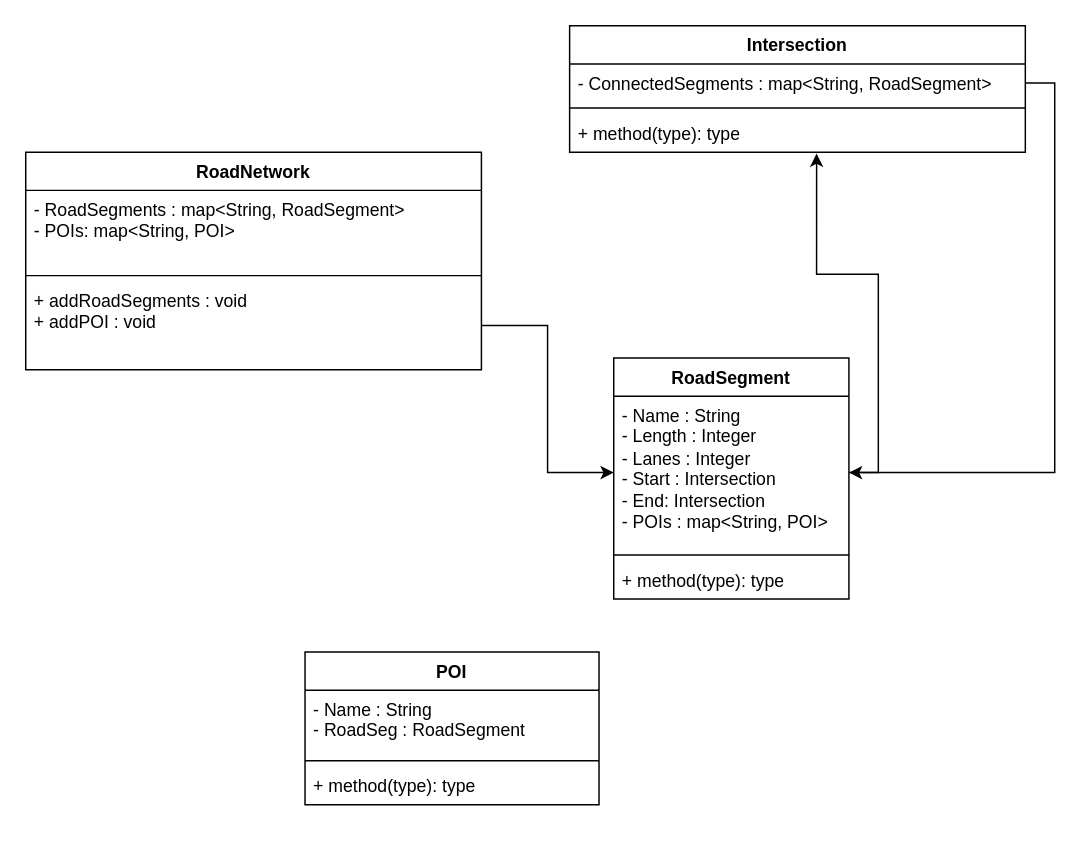
HiccupHan/RoadNetwork keeps this draw.io diagram as ClassDiagram.drawio. Above is the earlier version. Source tidied: cells renumbered, new cells numbered last; positions are measured from the earlier drawing's top-left corner, leaving out a move shared by most shapes. Both pictures are drawn from the tidied source at 147%, with x=0, y=0 at pixel (25, 25).
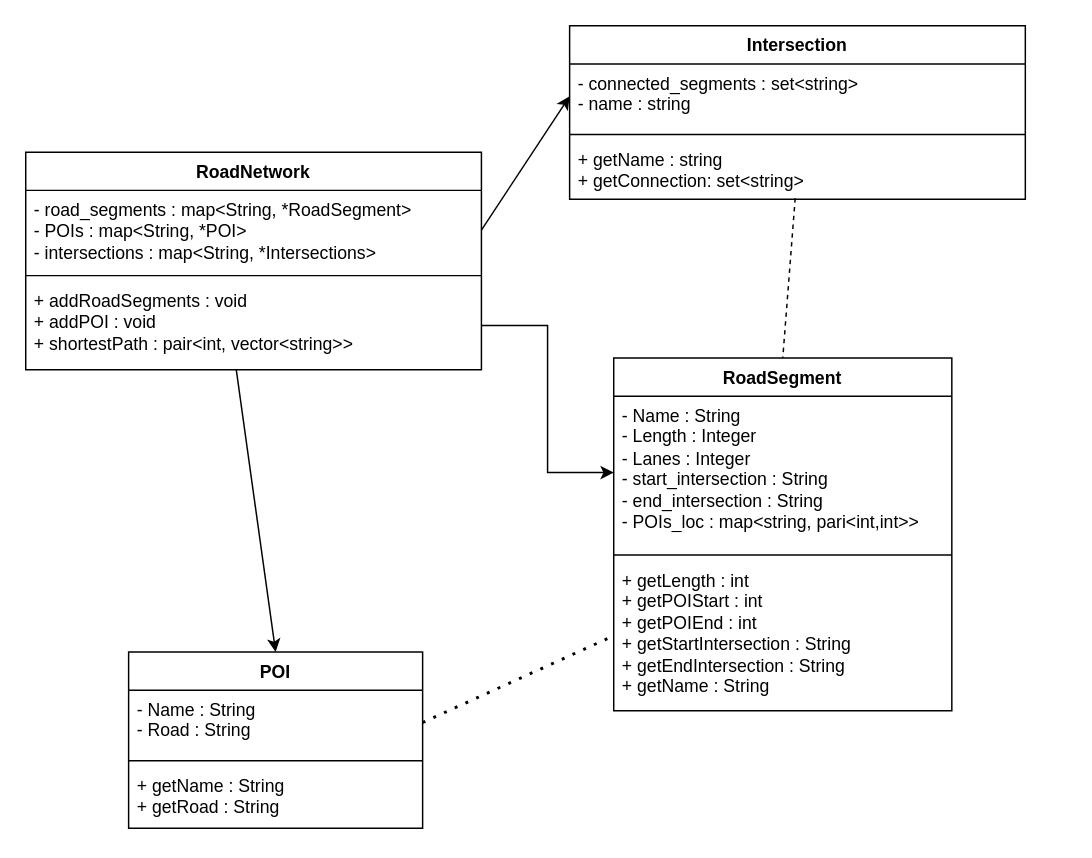
The same diagram, later.

Commit message (it also covers changes not shown here):
class diagram

The change refers to these unchanged cells:
```xml
<mxCell id="10" value="RoadNetwork" style="swimlane;fontStyle=1;align=center;verticalAlign=top;horizontal=1;startSize=26;whiteSpace=wrap;html=1;" parent="1" vertex="1">
  <mxGeometry y="86" width="310" height="148" as="geometry" />
</mxCell>
```

What changed in the source:
```diff
@@
     <mxCell id="2" value="RoadSegment" style="swimlane;fontStyle=1;align=center;verticalAlign=top;horizontal=1;startSize=26;whiteSpace=wrap;html=1;" parent="1" vertex="1">
-      <mxGeometry x="400" y="226" width="160" height="164" as="geometry" />
+      <mxGeometry x="400" y="226" width="230" height="240" as="geometry" />
     </mxCell>
-    <mxCell id="3" value="- Name : String&lt;div&gt;- Length : Integer&lt;/div&gt;&lt;div&gt;- Lanes : Integer&lt;/div&gt;&lt;div&gt;- Start : Intersection&lt;/div&gt;&lt;div&gt;- End: Intersection&lt;/div&gt;&lt;div&gt;- POIs : map&amp;lt;String, POI&amp;gt;&lt;/div&gt;" style="text;strokeColor=none;fillColor=none;align=left;verticalAlign=top;spacingLeft=4;spacingRight=4;overflow=hidden;points=[[0,0.5],[1,0.5]];portConstraint=eastwest;whiteSpace=wrap;html=1;" parent="2" vertex="1">
-      <mxGeometry y="26" width="160" height="104" as="geometry" />
+    <mxCell id="3" value="- Name : String&lt;div&gt;- Length : Integer&lt;/div&gt;&lt;div&gt;- Lanes : Integer&lt;/div&gt;&lt;div&gt;- start_intersection : String&lt;/div&gt;&lt;div&gt;- end_intersection : String&lt;/div&gt;&lt;div&gt;- POIs_loc : map&amp;lt;string, pari&amp;lt;int,int&amp;gt;&amp;gt;&lt;/div&gt;" style="text;strokeColor=none;fillColor=none;align=left;verticalAlign=top;spacingLeft=4;spacingRight=4;overflow=hidden;points=[[0,0.5],[1,0.5]];portConstraint=eastwest;whiteSpace=wrap;html=1;" parent="2" vertex="1">
+      <mxGeometry y="26" width="230" height="104" as="geometry" />
     </mxCell>
     <mxCell id="4" style="line;strokeWidth=1;fillColor=none;align=left;verticalAlign=middle;spacingTop=-1;spacingLeft=3;spacingRight=3;labelPosition=right;strokeColor=inherit;" parent="2" vertex="1">
-      <mxGeometry y="130" width="160" height="8" as="geometry" />
+      <mxGeometry y="130" width="230" height="8" as="geometry" />
     </mxCell>
-    <mxCell id="5" value="+ method(type): type" style="text;strokeColor=none;fillColor=none;align=left;verticalAlign=top;spacingLeft=4;spacingRight=4;overflow=hidden;points=[[0,0.5],[1,0.5]];portConstraint=eastwest;whiteSpace=wrap;html=1;" parent="2" vertex="1">
-      <mxGeometry y="138" width="160" height="26" as="geometry" />
+    <mxCell id="5" value="+ getLength : int&lt;div&gt;+ getPOIStart : int&lt;/div&gt;&lt;div&gt;+ getPOIEnd : int&lt;/div&gt;&lt;div&gt;+ getStartIntersection : String&lt;/div&gt;&lt;div&gt;+ getEndIntersection : String&lt;/div&gt;&lt;div&gt;+ getName : String&lt;/div&gt;" style="text;strokeColor=none;fillColor=none;align=left;verticalAlign=top;spacingLeft=4;spacingRight=4;overflow=hidden;points=[[0,0.5],[1,0.5]];portConstraint=eastwest;whiteSpace=wrap;html=1;" parent="2" vertex="1">
+      <mxGeometry y="138" width="230" height="102" as="geometry" />
     </mxCell>
     <mxCell id="6" value="Intersection" style="swimlane;fontStyle=1;align=center;verticalAlign=top;horizontal=1;startSize=26;whiteSpace=wrap;html=1;" parent="1" vertex="1">
-      <mxGeometry x="370" width="310" height="86" as="geometry" />
+      <mxGeometry x="370" width="310" height="118" as="geometry" />
     </mxCell>
-    <mxCell id="7" value="- ConnectedSegments : map&amp;lt;String, RoadSegment&amp;gt;" style="text;strokeColor=none;fillColor=none;align=left;verticalAlign=top;spacingLeft=4;spacingRight=4;overflow=hidden;points=[[0,0.5],[1,0.5]];portConstraint=eastwest;whiteSpace=wrap;html=1;" parent="6" vertex="1">
-      <mxGeometry y="26" width="310" height="26" as="geometry" />
+    <mxCell id="7" value="- connected_segments : set&amp;lt;string&amp;gt;&lt;div&gt;- name : string&lt;/div&gt;" style="text;strokeColor=none;fillColor=none;align=left;verticalAlign=top;spacingLeft=4;spacingRight=4;overflow=hidden;points=[[0,0.5],[1,0.5]];portConstraint=eastwest;whiteSpace=wrap;html=1;" parent="6" vertex="1">
+      <mxGeometry y="26" width="310" height="44" as="geometry" />
     </mxCell>
     <mxCell id="8" style="line;strokeWidth=1;fillColor=none;align=left;verticalAlign=middle;spacingTop=-1;spacingLeft=3;spacingRight=3;labelPosition=right;strokeColor=inherit;" parent="6" vertex="1">
-      <mxGeometry y="52" width="310" height="8" as="geometry" />
+      <mxGeometry y="70" width="310" height="8" as="geometry" />
     </mxCell>
-    <mxCell id="9" value="+ method(type): type" style="text;strokeColor=none;fillColor=none;align=left;verticalAlign=top;spacingLeft=4;spacingRight=4;overflow=hidden;points=[[0,0.5],[1,0.5]];portConstraint=eastwest;whiteSpace=wrap;html=1;" parent="6" vertex="1">
-      <mxGeometry y="60" width="310" height="26" as="geometry" />
+    <mxCell id="9" value="+ getName : string&lt;div&gt;+ getConnection: set&amp;lt;string&amp;gt;&lt;/div&gt;" style="text;strokeColor=none;fillColor=none;align=left;verticalAlign=top;spacingLeft=4;spacingRight=4;overflow=hidden;points=[[0,0.5],[1,0.5]];portConstraint=eastwest;whiteSpace=wrap;html=1;" parent="6" vertex="1">
+      <mxGeometry y="78" width="310" height="40" as="geometry" />
     </mxCell>
@@
-    <mxCell id="11" value="- RoadSegments : map&amp;lt;String, RoadSegment&amp;gt;&lt;div&gt;- POIs: map&amp;lt;String, POI&amp;gt;&lt;/div&gt;" style="text;strokeColor=none;fillColor=none;align=left;verticalAlign=top;spacingLeft=4;spacingRight=4;overflow=hidden;points=[[0,0.5],[1,0.5]];portConstraint=eastwest;whiteSpace=wrap;html=1;" parent="10" vertex="1">
+    <mxCell id="11" value="- road_segments : map&amp;lt;String, *RoadSegment&amp;gt;&lt;div&gt;- POIs : map&amp;lt;String, *POI&amp;gt;&lt;/div&gt;&lt;div&gt;- intersections : map&amp;lt;String, *Intersections&amp;gt;&lt;/div&gt;" style="text;strokeColor=none;fillColor=none;align=left;verticalAlign=top;spacingLeft=4;spacingRight=4;overflow=hidden;points=[[0,0.5],[1,0.5]];portConstraint=eastwest;whiteSpace=wrap;html=1;" parent="10" vertex="1">
       <mxGeometry y="26" width="310" height="54" as="geometry" />
     </mxCell>
@@
-    <mxCell id="13" value="+ addRoadSegments : void&lt;div&gt;+ addPOI : void&lt;/div&gt;" style="text;strokeColor=none;fillColor=none;align=left;verticalAlign=top;spacingLeft=4;spacingRight=4;overflow=hidden;points=[[0,0.5],[1,0.5]];portConstraint=eastwest;whiteSpace=wrap;html=1;" parent="10" vertex="1">
+    <mxCell id="13" value="+ addRoadSegments : void&lt;div&gt;+ addPOI : void&lt;/div&gt;&lt;div&gt;+ shortestPath : pair&amp;lt;int, vector&amp;lt;string&amp;gt;&amp;gt;&lt;/div&gt;" style="text;strokeColor=none;fillColor=none;align=left;verticalAlign=top;spacingLeft=4;spacingRight=4;overflow=hidden;points=[[0,0.5],[1,0.5]];portConstraint=eastwest;whiteSpace=wrap;html=1;" parent="10" vertex="1">
       <mxGeometry y="88" width="310" height="60" as="geometry" />
     </mxCell>
@@
-    <mxCell id="15" style="edgeStyle=orthogonalEdgeStyle;rounded=0;jettySize=auto;html=1;exitX=1;exitY=0.5;exitDx=0;exitDy=0;entryX=1;entryY=0.5;entryDx=0;entryDy=0;" parent="1" edge="1" source="7" target="3">
-      <mxGeometry relative="1" as="geometry" />
-    </mxCell>
     <mxCell id="16" value="POI" style="swimlane;fontStyle=1;align=center;verticalAlign=top;horizontal=1;startSize=26;whiteSpace=wrap;html=1;" parent="1" vertex="1">
-      <mxGeometry x="190" y="426" width="200" height="104" as="geometry" />
+      <mxGeometry x="70" y="426" width="200" height="120" as="geometry" />
     </mxCell>
-    <mxCell id="17" value="- Name : String&lt;div&gt;- RoadSeg : RoadSegment&lt;/div&gt;" style="text;strokeColor=none;fillColor=none;align=left;verticalAlign=top;spacingLeft=4;spacingRight=4;overflow=hidden;points=[[0,0.5],[1,0.5]];portConstraint=eastwest;whiteSpace=wrap;html=1;" parent="16" vertex="1">
+    <mxCell id="17" value="- Name : String&lt;div&gt;- Road : String&lt;/div&gt;" style="text;strokeColor=none;fillColor=none;align=left;verticalAlign=top;spacingLeft=4;spacingRight=4;overflow=hidden;points=[[0,0.5],[1,0.5]];portConstraint=eastwest;whiteSpace=wrap;html=1;" parent="16" vertex="1">
       <mxGeometry y="26" width="200" height="44" as="geometry" />
     </mxCell>
@@
-    <mxCell id="19" value="+ method(type): type" style="text;strokeColor=none;fillColor=none;align=left;verticalAlign=top;spacingLeft=4;spacingRight=4;overflow=hidden;whiteSpace=wrap;html=1;" parent="16" vertex="1">
-      <mxGeometry y="78" width="200" height="26" as="geometry" />
+    <mxCell id="19" value="+ getName : String&lt;div&gt;+ getRoad : String&lt;/div&gt;&lt;div&gt;&lt;br&gt;&lt;/div&gt;" style="text;strokeColor=none;fillColor=none;align=left;verticalAlign=top;spacingLeft=4;spacingRight=4;overflow=hidden;whiteSpace=wrap;html=1;" parent="16" vertex="1">
+      <mxGeometry y="78" width="200" height="42" as="geometry" />
     </mxCell>
-    <mxCell id="20" style="edgeStyle=orthogonalEdgeStyle;rounded=0;jettySize=auto;html=1;exitX=1;exitY=0.5;exitDx=0;exitDy=0;entryX=0.542;entryY=1.038;entryDx=0;entryDy=0;entryPerimeter=0;" parent="1" edge="1" source="3" target="9">
-      <mxGeometry relative="1" as="geometry" />
-    </mxCell>
+    <mxCell id="21" style="endArrow=none;dashed=1;html=1;dashPattern=1 3;strokeWidth=2;rounded=0;entryX=0;entryY=0.5;entryDx=0;entryDy=0;exitX=1;exitY=0.5;exitDx=0;exitDy=0;" parent="1" edge="1" source="17" target="5">
+      <mxGeometry relative="1" as="geometry" />
+    </mxCell>
+    <mxCell id="22" style="endArrow=classic;html=1;rounded=0;exitX=0.462;exitY=1;exitDx=0;exitDy=0;exitPerimeter=0;entryX=0.5;entryY=0;entryDx=0;entryDy=0;" parent="1" edge="1" source="13" target="16">
+      <mxGeometry relative="1" as="geometry" />
+    </mxCell>
+    <mxCell id="23" style="endArrow=classic;html=1;rounded=0;exitX=1;exitY=0.5;exitDx=0;exitDy=0;entryX=0;entryY=0.5;entryDx=0;entryDy=0;" parent="1" edge="1" source="11" target="7">
+      <mxGeometry relative="1" as="geometry" />
+    </mxCell>
+    <mxCell id="24" style="endArrow=none;dashed=1;html=1;rounded=0;exitX=0.495;exitY=0.983;exitDx=0;exitDy=0;exitPerimeter=0;entryX=0.5;entryY=0;entryDx=0;entryDy=0;" parent="1" edge="1" source="9" target="2">
+      <mxGeometry relative="1" as="geometry" />
+    </mxCell>
```
